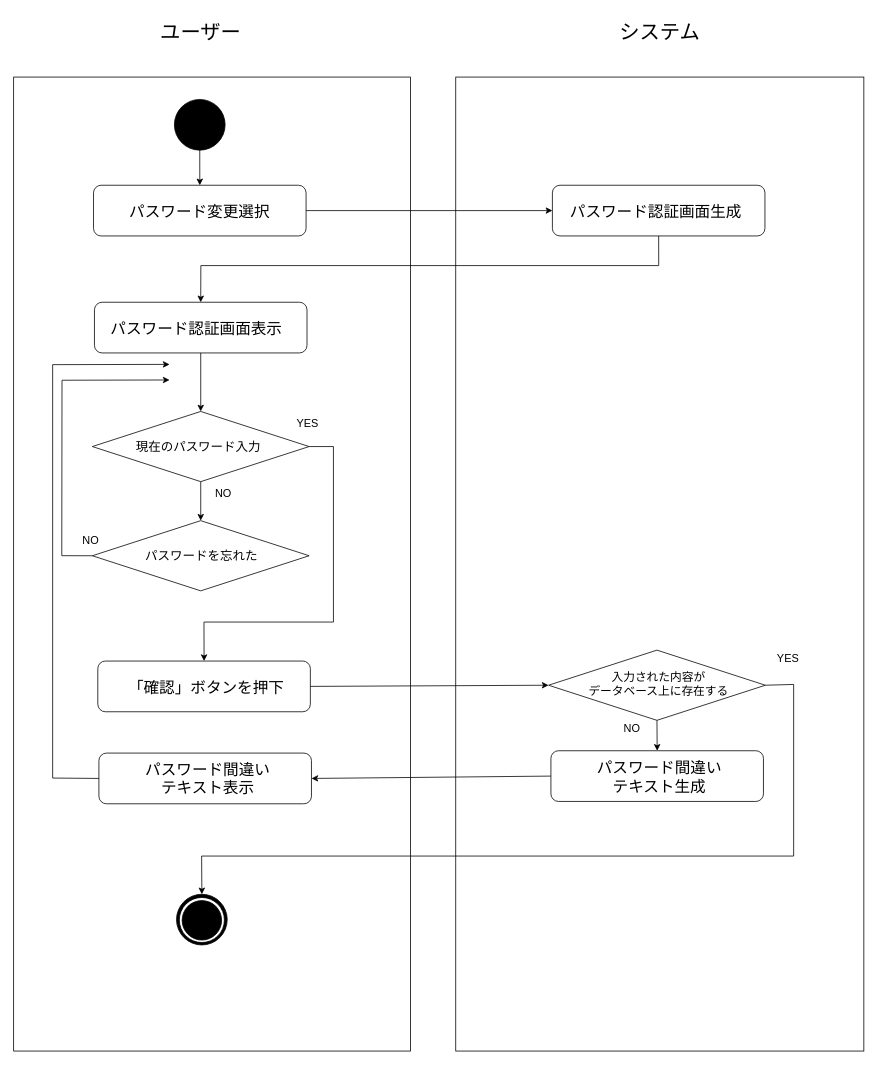
RENMORITAA/software-engineering keeps this draw.io diagram as 外部設計書/drawio機能設計/マイページ_パスワード認証.drawio. Above is the earlier version. Source tidied: cells renumbered, new cells numbered last; positions are measured from the earlier drawing's top-left corner, leaving out a move shared by most shapes. Both pictures are drawn from the tidied source at 78%, with x=0, y=0 at pixel (13, 13).
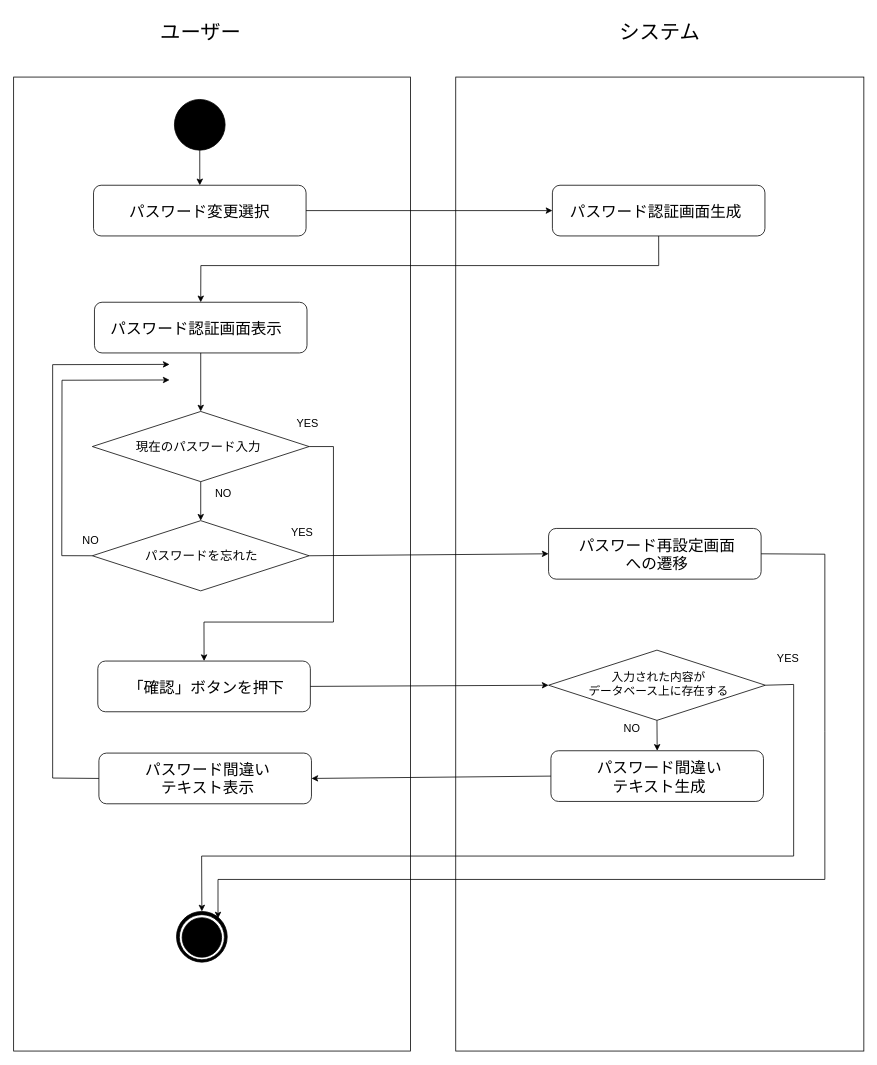
The same diagram, later.

Commit message (it also covers changes not shown here):
機能設計のパスワード認証画面の修正

Unchanged cells that the change refers to:
```xml
<mxCell id="28" style="rhombus;whiteSpace=wrap;html=1;" parent="1" vertex="1">
  <mxGeometry x="100.9" y="650" width="277.9" height="90" as="geometry" />
</mxCell>
```

Diff of the diagram source:
```diff
@@
     <mxCell id="15" style="ellipse;whiteSpace=wrap;html=1;fillColor=#000000;" parent="1" vertex="1">
-      <mxGeometry x="208.8" y="1129" width="65" height="65" as="geometry" />
+      <mxGeometry x="208.8" y="1151" width="65" height="65" as="geometry" />
     </mxCell>
     <mxCell id="16" style="ellipse;whiteSpace=wrap;html=1;fillColor=#FFFFFF;" parent="1" vertex="1">
-      <mxGeometry x="212.4" y="1133.1" width="57.8" height="57.8" as="geometry" />
+      <mxGeometry x="212.4" y="1155.1" width="57.8" height="57.8" as="geometry" />
     </mxCell>
     <mxCell id="17" style="ellipse;whiteSpace=wrap;html=1;fillColor=#000000;" parent="1" vertex="1">
-      <mxGeometry x="216" y="1137.1" width="50.6" height="50.6" as="geometry" />
+      <mxGeometry x="216" y="1159.1" width="50.6" height="50.6" as="geometry" />
     </mxCell>
@@
+    <mxCell id="45" style="endArrow=classic;html=1;rounded=0;entryX=0;entryY=0.5;entryDx=0;entryDy=0;exitX=1;exitY=0.5;exitDx=0;exitDy=0;" parent="1" edge="1" source="28" target="46">
+      <mxGeometry relative="1" as="geometry" />
+    </mxCell>
+    <mxCell id="46" style="rounded=1;whiteSpace=wrap;html=1;" parent="1" vertex="1">
+      <mxGeometry x="685.8" y="660" width="272.5" height="65" as="geometry" />
+    </mxCell>
+    <mxCell id="47" value="&lt;span style=&quot;font-size: 20px;&quot;&gt;パスワード再設定&lt;/span&gt;&lt;span style=&quot;font-size: 20px; background-color: transparent; color: light-dark(rgb(0, 0, 0), rgb(255, 255, 255));&quot;&gt;画面&lt;/span&gt;&lt;div&gt;&lt;span style=&quot;font-size: 20px; background-color: transparent; color: light-dark(rgb(0, 0, 0), rgb(255, 255, 255));&quot;&gt;へ&lt;/span&gt;&lt;span style=&quot;background-color: transparent; color: light-dark(rgb(0, 0, 0), rgb(255, 255, 255)); font-size: 20px;&quot;&gt;の遷移&lt;/span&gt;&lt;/div&gt;" style="text;html=1;whiteSpace=wrap;strokeColor=none;fillColor=none;align=center;verticalAlign=middle;rounded=0;" parent="1" vertex="1">
+      <mxGeometry x="700.1" y="676.3" width="250" height="32.5" as="geometry" />
+    </mxCell>
+    <mxCell id="48" style="endArrow=classic;html=1;rounded=0;exitX=1;exitY=0.5;exitDx=0;exitDy=0;" parent="1" edge="1" source="46">
+      <mxGeometry relative="1" as="geometry">
+        <mxPoint x="262" y="1160" as="targetPoint" />
+        <Array as="points">
+          <mxPoint x="1040" y="693" />
+          <mxPoint x="1040" y="920" />
+          <mxPoint x="1040" y="1110" />
+          <mxPoint x="262" y="1110" />
+        </Array>
+      </mxGeometry>
+    </mxCell>
+    <mxCell id="49" value="&lt;span style=&quot;font-size: 14px;&quot;&gt;YES&lt;/span&gt;" style="text;html=1;whiteSpace=wrap;strokeColor=none;fillColor=none;align=center;verticalAlign=middle;rounded=0;" parent="1" vertex="1">
+      <mxGeometry x="340" y="650" width="60" height="30" as="geometry" />
+    </mxCell>
```
